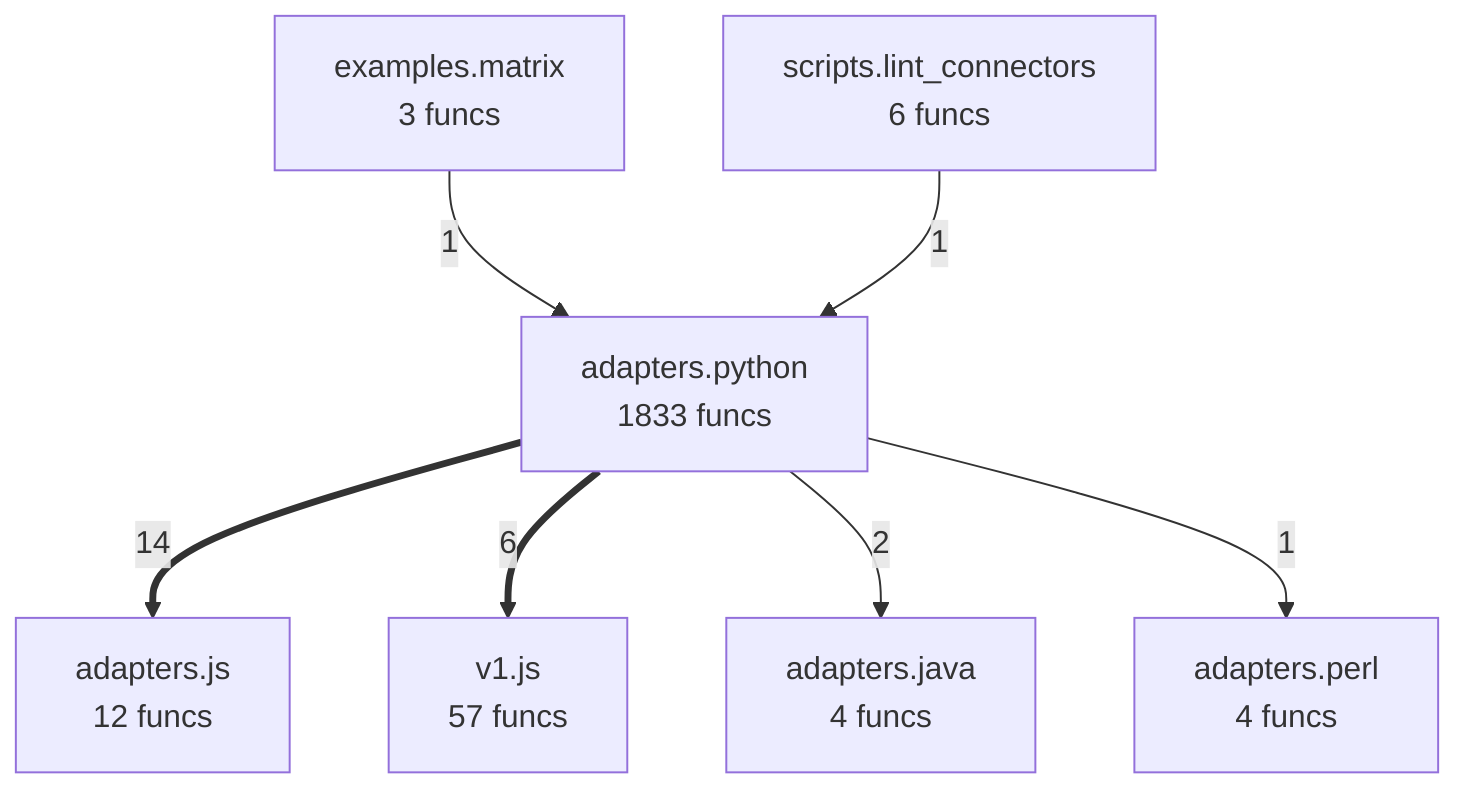
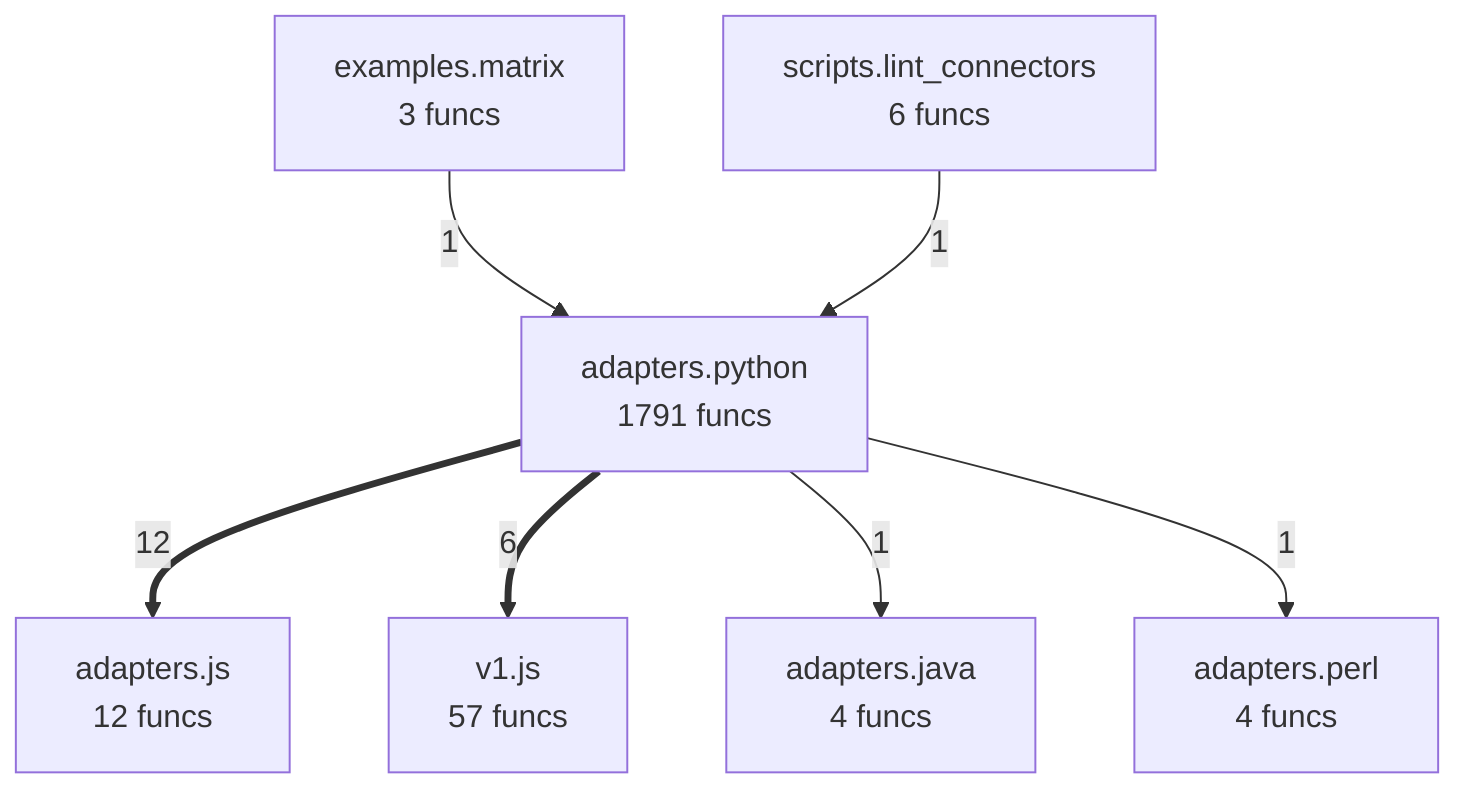
flowchart TD
%% generated in 0.04s
    adapters__java["adapters.java<br/>4 funcs"]
    adapters__js["adapters.js<br/>12 funcs"]
    adapters__perl["adapters.perl<br/>4 funcs"]
-     adapters__python["adapters.python<br/>1833 funcs"]
+     adapters__python["adapters.python<br/>1791 funcs"]
    examples__matrix["examples.matrix<br/>3 funcs"]
    scripts__lint_connectors["scripts.lint_connectors<br/>6 funcs"]
    v1__js["v1.js<br/>57 funcs"]
-     adapters__python ==>|14| adapters__js
+     adapters__python ==>|12| adapters__js
    adapters__python ==>|6| v1__js
-     adapters__python -->|2| adapters__java
    examples__matrix -->|1| adapters__python
    scripts__lint_connectors -->|1| adapters__python
+     adapters__python -->|1| adapters__java
    adapters__python -->|1| adapters__perl
